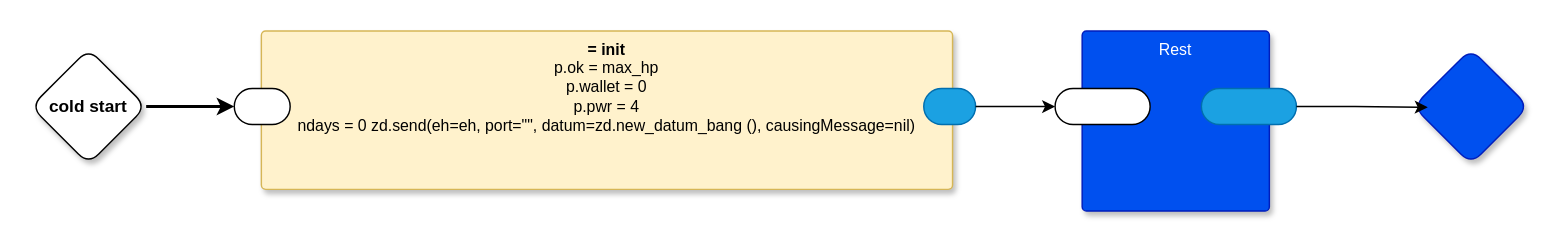
guitarvydas/dc0d keeps this draw.io diagram as page "Game" (2 of 3) of dc0d.drawio. Above is the earlier version. Source tidied: cells renumbered, new cells numbered last; positions are measured from the earlier drawing's top-left corner, leaving out a move shared by most shapes. Both pictures are drawn from the tidied source at 144%, with x=0, y=0 at pixel (30, 30).
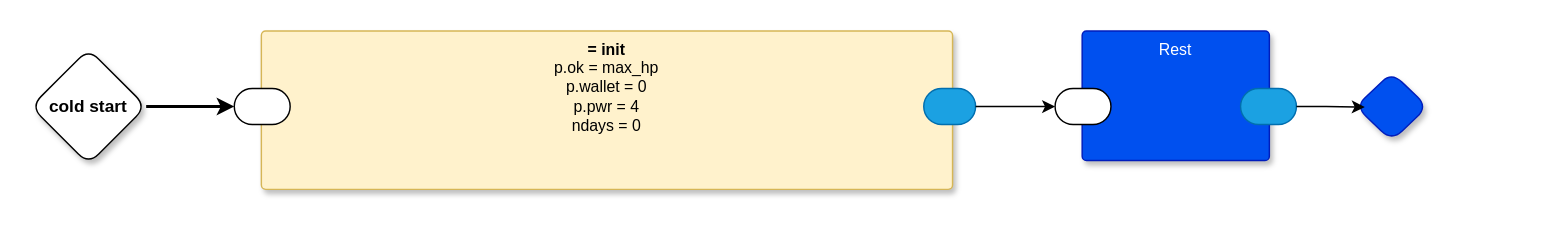
Above is the later version.

The edit, as a diff of the source:
```diff
@@
 <mxGraphModel>
   <root>
     <mxCell id="0" />
     <mxCell id="1" parent="0" />
     <mxCell id="2" value="cold start" style="rhombus;whiteSpace=wrap;html=1;rounded=1;fontStyle=1;glass=0;sketch=0;fontSize=12;points=[[0,0.5,0,0,0],[0.5,0,0,0,0],[0.5,1,0,0,0],[1,0.5,0,0,0]];shadow=1;fontFamily=Helvetica;fontColor=default;" parent="1" vertex="1">
       <mxGeometry y="12.5" width="80" height="80" as="geometry" />
     </mxCell>
     <mxCell id="3" style="rhombus;whiteSpace=wrap;html=1;rounded=1;fillColor=#0050ef;fontColor=#ffffff;strokeColor=#001DBC;fontStyle=1;glass=0;sketch=0;fontSize=12;points=[[0,0.5,0,0,0],[0.5,0,0,0,0],[0.5,1,0,0,0],[1,0.5,0,0,0]];shadow=1;fontFamily=Helvetica;" parent="1" vertex="1">
-      <mxGeometry x="960" y="12.5" width="80" height="80" as="geometry" />
+      <mxGeometry x="920" y="28.8" width="50" height="47.5" as="geometry" />
     </mxCell>
-    <mxCell id="4" value="&lt;b&gt;= init&lt;/b&gt;&lt;br&gt;p.ok = max_hp&lt;br&gt;p.wallet = 0&lt;br&gt;p.pwr = 4&lt;br&gt;ndays = 0 zd.send(eh=eh, port=&quot;&quot;, datum=zd.new_datum_bang (), causingMessage=nil)" style="rounded=1;whiteSpace=wrap;html=1;sketch=0;verticalAlign=top;arcSize=6;fontStyle=0;absoluteArcSize=1;shadow=1;strokeColor=#d6b656;fillColor=#fff2cc;fontFamily=Helvetica;fontSize=11;" parent="1" vertex="1">
+    <mxCell id="4" value="&lt;b&gt;= init&lt;/b&gt;&lt;br&gt;p.ok = max_hp&lt;br&gt;p.wallet = 0&lt;br&gt;p.pwr = 4&lt;br&gt;ndays = 0" style="rounded=1;whiteSpace=wrap;html=1;sketch=0;verticalAlign=top;arcSize=6;fontStyle=0;absoluteArcSize=1;shadow=1;strokeColor=#d6b656;fillColor=#fff2cc;fontFamily=Helvetica;fontSize=11;" parent="1" vertex="1">
       <mxGeometry x="160" width="480" height="110" as="geometry" />
     </mxCell>
     <mxCell id="5" style="rounded=1;whiteSpace=wrap;html=1;sketch=0;points=[[0,0.5,0,0,0],[1,0.5,0,0,0]];arcSize=50;fontFamily=Helvetica;fontSize=11;fontColor=default;" parent="4" vertex="1">
       <mxGeometry x="-18.8" y="40" width="38.8" height="25" as="geometry" />
     </mxCell>
     <mxCell id="6" style="rounded=1;whiteSpace=wrap;html=1;sketch=0;points=[[0,0.5,0,0,0],[1,0.5,0,0,0]];fillColor=#1ba1e2;fontColor=#ffffff;strokeColor=#006EAF;arcSize=50;fontFamily=Helvetica;fontSize=11;" parent="4" vertex="1">
       <mxGeometry x="460" y="40" width="36" height="25" as="geometry" />
     </mxCell>
     <mxCell id="7" style="edgeStyle=orthogonalEdgeStyle;rounded=1;jettySize=auto;html=1;entryX=0;entryY=0.5;entryDx=0;entryDy=0;entryPerimeter=0;strokeWidth=2;curved=0;" parent="1" edge="1" source="2" target="5">
       <mxGeometry relative="1" as="geometry" />
     </mxCell>
     <mxCell id="8" value="Rest" style="rounded=1;whiteSpace=wrap;html=1;sketch=0;verticalAlign=top;arcSize=6;fontStyle=0;absoluteArcSize=1;shadow=1;strokeColor=#001DBC;fillColor=#0050ef;fontColor=#ffffff;fontFamily=Helvetica;fontSize=11;" parent="1" vertex="1">
-      <mxGeometry x="730" width="130" height="125" as="geometry" />
+      <mxGeometry x="730" width="130" height="90" as="geometry" />
     </mxCell>
     <mxCell id="9" style="rounded=1;whiteSpace=wrap;html=1;sketch=0;points=[[0,0.5,0,0,0],[1,0.5,0,0,0]];arcSize=50;fontFamily=Helvetica;fontSize=11;fontColor=default;" parent="8" vertex="1">
-      <mxGeometry x="-18.8" y="40" width="66" height="25" as="geometry" />
+      <mxGeometry x="-18.8" y="40" width="38.8" height="25" as="geometry" />
     </mxCell>
     <mxCell id="10" style="rounded=1;whiteSpace=wrap;html=1;sketch=0;points=[[0,0.5,0,0,0],[1,0.5,0,0,0]];fillColor=#1ba1e2;fontColor=#ffffff;strokeColor=#006EAF;arcSize=50;fontFamily=Helvetica;fontSize=11;" parent="8" vertex="1">
-      <mxGeometry x="82.8" y="40" width="66" height="25" as="geometry" />
+      <mxGeometry x="110" y="40" width="38.8" height="25" as="geometry" />
     </mxCell>
     <mxCell id="11" style="edgeStyle=orthogonalEdgeStyle;rounded=0;jettySize=auto;html=1;exitX=1;exitY=0.5;exitDx=0;exitDy=0;exitPerimeter=0;entryX=0;entryY=0.5;entryDx=0;entryDy=0;entryPerimeter=0;" parent="1" edge="1" source="6" target="9">
       <mxGeometry relative="1" as="geometry" />
     </mxCell>
     <mxCell id="12" style="edgeStyle=orthogonalEdgeStyle;rounded=0;jettySize=auto;html=1;exitX=1;exitY=0.5;exitDx=0;exitDy=0;exitPerimeter=0;entryX=0.125;entryY=0.506;entryDx=0;entryDy=0;entryPerimeter=0;" parent="1" edge="1" source="10" target="3">
       <mxGeometry relative="1" as="geometry" />
     </mxCell>
   </root>
 </mxGraphModel>
```
